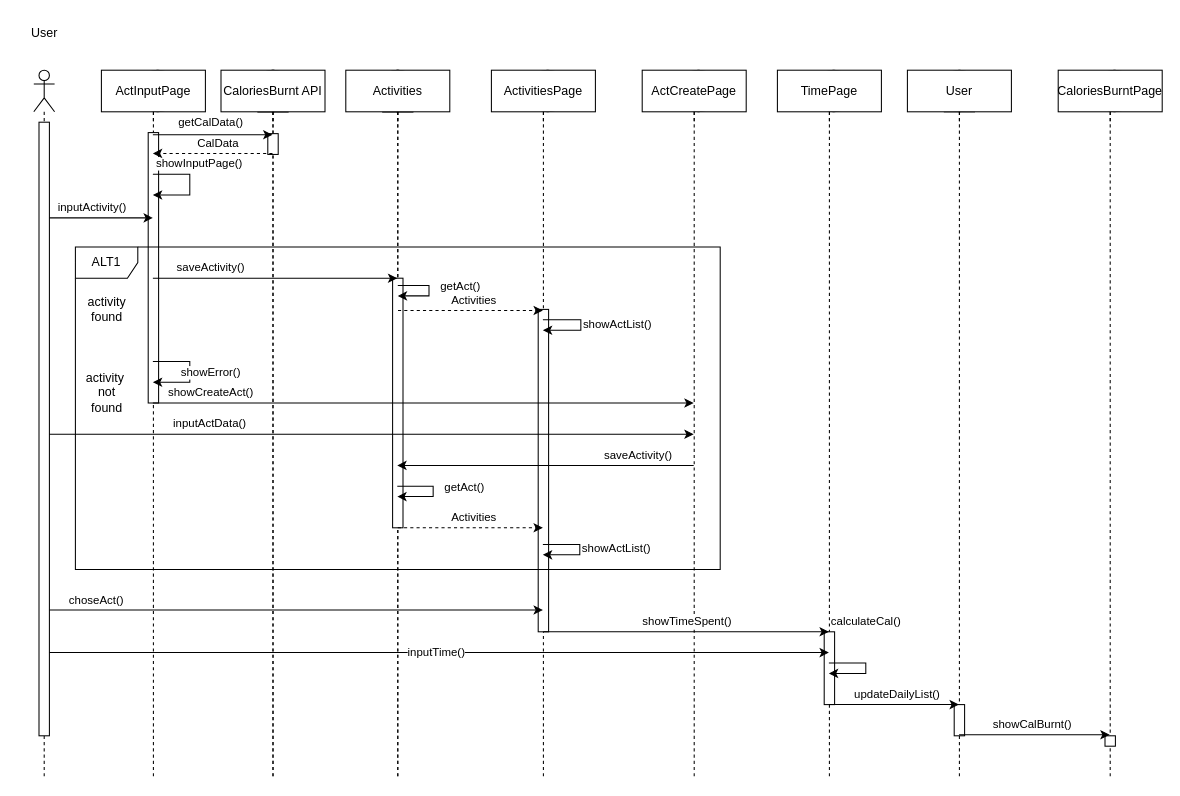
Dionkaps/Eu-Zin keeps this draw.io diagram as ΤΕΛΙΚΟ ΠΑΡΑΔΟΤΕΟ/Sequence-diagrams-v1.0/sd_άθληση_και_υπολογισμός_θερμίδων.drawio. Above is the earlier version. Source tidied: cells renumbered, new cells numbered last; positions are measured from the earlier drawing's top-left corner, leaving out a move shared by most shapes. Both pictures are drawn from the tidied source at 104%, with x=0, y=0 at pixel (18, 18).
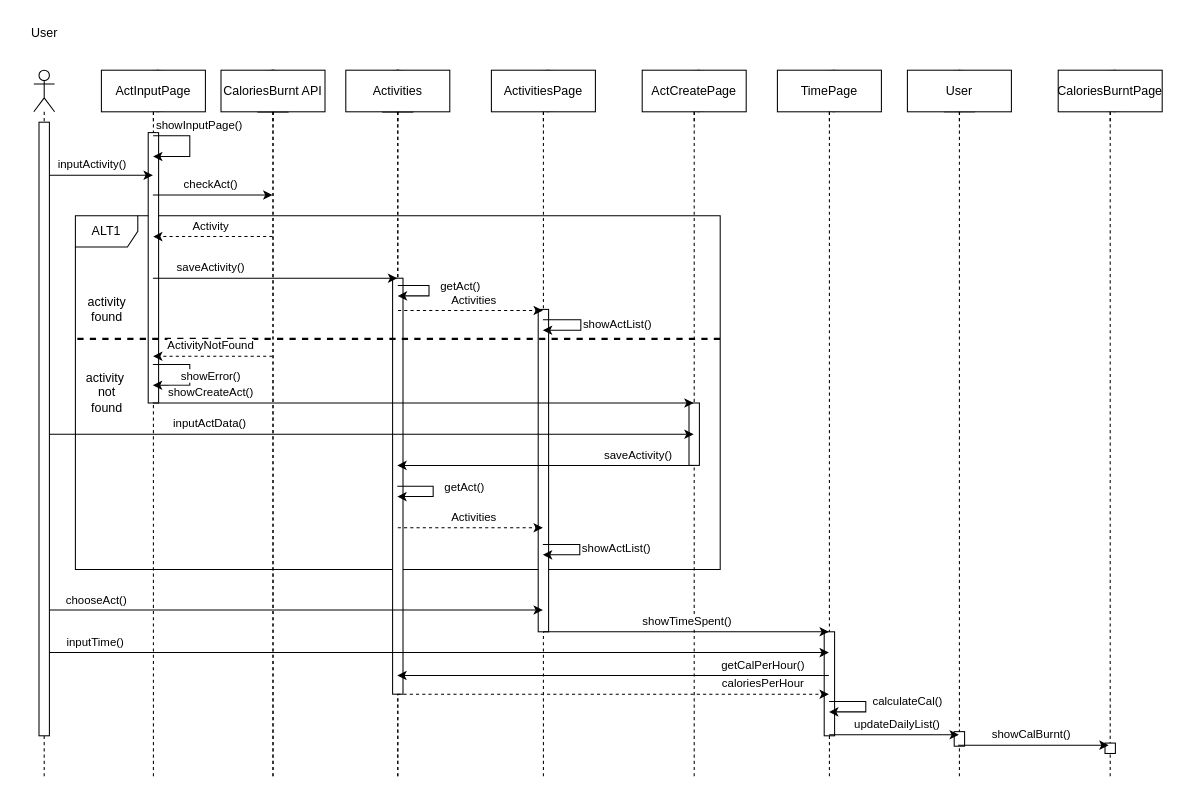
Above is the later version.

Commit message (it also covers changes not shown here):
Διόρθωση στα "sd_πληρωμή_παραγγελίας" και "sd_άθληση_και_υπολογισμός_θερμίδων"

The change refers to these unchanged cells:
```xml
<mxCell id="3" style="shape=umlLifeline;perimeter=lifelinePerimeter;whiteSpace=wrap;html=1;outlineConnect=0;portConstraint=eastwest;newEdgeStyle={&quot;edgeStyle&quot;:&quot;elbowEdgeStyle&quot;,&quot;elbow&quot;:&quot;vertical&quot;,&quot;curved&quot;:0,&quot;rounded&quot;:0};participant=umlEntity;" parent="1" vertex="1">
  <mxGeometry x="225" y="50" width="40" height="680" as="geometry" />
</mxCell>
<mxCell id="5" style="shape=umlLifeline;perimeter=lifelinePerimeter;whiteSpace=wrap;html=1;outlineConnect=0;portConstraint=eastwest;newEdgeStyle={&quot;edgeStyle&quot;:&quot;elbowEdgeStyle&quot;,&quot;elbow&quot;:&quot;vertical&quot;,&quot;curved&quot;:0,&quot;rounded&quot;:0};participant=umlBoundary;" parent="1" vertex="1">
  <mxGeometry x="105" y="50" width="50" height="680" as="geometry" />
</mxCell>
<mxCell id="7" style="shape=umlLifeline;perimeter=lifelinePerimeter;whiteSpace=wrap;html=1;outlineConnect=0;portConstraint=eastwest;newEdgeStyle={&quot;edgeStyle&quot;:&quot;elbowEdgeStyle&quot;,&quot;elbow&quot;:&quot;vertical&quot;,&quot;curved&quot;:0,&quot;rounded&quot;:0};participant=umlBoundary;" parent="1" vertex="1">
  <mxGeometry x="755" y="50" width="50" height="680" as="geometry" />
</mxCell>
<mxCell id="10" style="shape=umlLifeline;perimeter=lifelinePerimeter;whiteSpace=wrap;html=1;outlineConnect=0;portConstraint=eastwest;newEdgeStyle={&quot;edgeStyle&quot;:&quot;elbowEdgeStyle&quot;,&quot;elbow&quot;:&quot;vertical&quot;,&quot;curved&quot;:0,&quot;rounded&quot;:0};participant=umlEntity;" parent="1" vertex="1">
  <mxGeometry x="885" y="50" width="40" height="680" as="geometry" />
</mxCell>
<mxCell id="12" style="shape=umlLifeline;perimeter=lifelinePerimeter;whiteSpace=wrap;html=1;outlineConnect=0;portConstraint=eastwest;newEdgeStyle={&quot;edgeStyle&quot;:&quot;elbowEdgeStyle&quot;,&quot;elbow&quot;:&quot;vertical&quot;,&quot;curved&quot;:0,&quot;rounded&quot;:0};participant=umlEntity;" parent="1" vertex="1">
  <mxGeometry x="225" y="50" width="40" height="680" as="geometry" />
</mxCell>
```

The edit, as a diff of the source:
```diff
@@
+    <mxCell id="9" style="shape=umlLifeline;perimeter=lifelinePerimeter;whiteSpace=wrap;html=1;outlineConnect=0;portConstraint=eastwest;newEdgeStyle={&quot;edgeStyle&quot;:&quot;elbowEdgeStyle&quot;,&quot;elbow&quot;:&quot;vertical&quot;,&quot;curved&quot;:0,&quot;rounded&quot;:0};participant=umlBoundary;" parent="1" vertex="1">
+      <mxGeometry x="625" y="50" width="50" height="680" as="geometry" />
+    </mxCell>
+    <mxCell id="54" style="html=1;perimeter=orthogonalPerimeter;" parent="1" vertex="1">
+      <mxGeometry x="645" y="370" width="10" height="60" as="geometry" />
+    </mxCell>
+    <mxCell id="20" value="ALT1" style="shape=umlFrame;whiteSpace=wrap;html=1;" parent="1" vertex="1">
+      <mxGeometry x="55" y="190" width="620" height="340" as="geometry" />
+    </mxCell>
@@
-    <mxCell id="9" style="shape=umlLifeline;perimeter=lifelinePerimeter;whiteSpace=wrap;html=1;outlineConnect=0;portConstraint=eastwest;newEdgeStyle={&quot;edgeStyle&quot;:&quot;elbowEdgeStyle&quot;,&quot;elbow&quot;:&quot;vertical&quot;,&quot;curved&quot;:0,&quot;rounded&quot;:0};participant=umlBoundary;" parent="1" vertex="1">
-      <mxGeometry x="625" y="50" width="50" height="680" as="geometry" />
-    </mxCell>
@@
-    <mxCell id="14" style="html=1;perimeter=orthogonalPerimeter;" parent="1" vertex="1">
-      <mxGeometry x="240" y="111" width="10" height="20" as="geometry" />
-    </mxCell>
     <mxCell id="15" style="html=1;perimeter=orthogonalPerimeter;" parent="1" vertex="1">
-      <mxGeometry x="360" y="250" width="10" height="240" as="geometry" />
+      <mxGeometry x="360" y="250" width="10" height="400" as="geometry" />
     </mxCell>
@@
     <mxCell id="17" style="html=1;perimeter=orthogonalPerimeter;" parent="1" vertex="1">
-      <mxGeometry x="775" y="590" width="10" height="70" as="geometry" />
+      <mxGeometry x="775" y="590" width="10" height="100" as="geometry" />
     </mxCell>
     <mxCell id="18" style="html=1;perimeter=orthogonalPerimeter;" parent="1" vertex="1">
-      <mxGeometry x="900" y="660" width="10" height="30" as="geometry" />
+      <mxGeometry x="900" y="686" width="10" height="14" as="geometry" />
     </mxCell>
     <mxCell id="19" style="html=1;perimeter=orthogonalPerimeter;" parent="1" vertex="1">
-      <mxGeometry x="1045" y="690" width="10" height="10" as="geometry" />
+      <mxGeometry x="1045" y="697" width="10" height="10" as="geometry" />
     </mxCell>
-    <mxCell id="20" value="ALT1" style="shape=umlFrame;whiteSpace=wrap;html=1;" parent="1" vertex="1">
-      <mxGeometry x="55" y="220" width="620" height="310" as="geometry" />
-    </mxCell>
-    <mxCell id="21" value="showInputPage()" style="endArrow=classic;html=1;rounded=0;" parent="1" edge="1" source="5" target="5">
+    <mxCell id="21" value="showInputPage()" style="endArrow=classic;html=1;rounded=0;" parent="1" edge="1">
       <mxGeometry x="-0.28" y="14" relative="1" as="geometry">
+        <mxPoint x="129.7" y="113" as="sourcePoint" />
+        <mxPoint x="129.7" y="133" as="targetPoint" />
         <Array as="points">
-          <mxPoint x="165" y="150" />
-          <mxPoint x="165" y="170" />
+          <mxPoint x="165" y="113" />
+          <mxPoint x="165" y="133" />
         </Array>
         <mxPoint x="11" y="4" as="offset" />
       </mxGeometry>
     </mxCell>
-    <mxCell id="22" value="inputActivity()" style="endArrow=classic;html=1;rounded=0;" parent="1" edge="1" target="5">
+    <mxCell id="22" value="inputActivity()" style="endArrow=classic;html=1;rounded=0;" parent="1" edge="1">
       <mxGeometry x="-0.12" y="10" relative="1" as="geometry">
-        <mxPoint x="25.2" y="192" as="sourcePoint" />
+        <mxPoint x="25.2" y="151" as="sourcePoint" />
+        <mxPoint x="129.5" y="151" as="targetPoint" />
         <Array as="points">
-          <mxPoint x="105" y="192" />
+          <mxPoint x="105" y="151" />
         </Array>
       </mxGeometry>
     </mxCell>
-    <mxCell id="23" value="getCalData()" style="endArrow=classic;html=1;rounded=0;" parent="1" edge="1" source="5" target="3">
-      <mxGeometry x="-0.05" y="12" relative="1" as="geometry">
-        <Array as="points">
-          <mxPoint x="185" y="112" />
-        </Array>
-      </mxGeometry>
-    </mxCell>
-    <mxCell id="24" value="CalData" style="endArrow=classic;html=1;rounded=0;dashed=1;" parent="1" edge="1" source="3" target="5">
-      <mxGeometry x="-0.07" y="-10" relative="1" as="geometry">
-        <Array as="points">
-          <mxPoint x="195" y="130" />
-        </Array>
-      </mxGeometry>
-    </mxCell>
@@
-    <mxCell id="27" value="showError()" style="endArrow=classic;html=1;rounded=0;" parent="1" edge="1" source="5" target="5">
+    <mxCell id="27" value="showError()" style="endArrow=classic;html=1;rounded=0;" parent="1" edge="1">
       <mxGeometry y="20" relative="1" as="geometry">
+        <mxPoint x="129.5" y="333" as="sourcePoint" />
+        <mxPoint x="129.5" y="353" as="targetPoint" />
         <Array as="points">
-          <mxPoint x="165" y="330" />
-          <mxPoint x="165" y="350" />
+          <mxPoint x="165" y="333" />
+          <mxPoint x="165" y="353" />
         </Array>
       </mxGeometry>
     </mxCell>
@@
     <mxCell id="35" value="inputTime()" style="endArrow=classic;html=1;rounded=0;" parent="1" edge="1">
-      <mxGeometry relative="1" as="geometry">
+      <mxGeometry x="-0.87" y="10" relative="1" as="geometry">
         <mxPoint x="25" y="610" as="sourcePoint" />
         <mxPoint x="779.5" y="610" as="targetPoint" />
         <Array as="points">
           <mxPoint x="385" y="610" />
         </Array>
       </mxGeometry>
     </mxCell>
-    <mxCell id="36" value="calculateCal()" style="endArrow=classic;html=1;rounded=0;" parent="1" edge="1" source="7" target="7">
-      <mxGeometry x="-0.13" y="40" relative="1" as="geometry">
+    <mxCell id="36" value="calculateCal()" style="endArrow=classic;html=1;rounded=0;" parent="1" edge="1">
+      <mxGeometry x="-0.12" y="40" relative="1" as="geometry">
+        <mxPoint x="779.7" y="657" as="sourcePoint" />
+        <mxPoint x="779.7" y="667" as="targetPoint" />
         <Array as="points">
-          <mxPoint x="815" y="620" />
-          <mxPoint x="815" y="630" />
+          <mxPoint x="815" y="657" />
+          <mxPoint x="815" y="667" />
         </Array>
       </mxGeometry>
     </mxCell>
-    <mxCell id="37" value="updateDailyList()" style="endArrow=classic;html=1;rounded=0;" parent="1" edge="1" source="7" target="10">
+    <mxCell id="37" value="updateDailyList()" style="endArrow=classic;html=1;rounded=0;" parent="1" edge="1">
       <mxGeometry x="0.04" y="10" relative="1" as="geometry">
+        <mxPoint x="779.7" y="689" as="sourcePoint" />
+        <mxPoint x="904.5" y="689" as="targetPoint" />
         <Array as="points">
-          <mxPoint x="795" y="660" />
+          <mxPoint x="795" y="689" />
         </Array>
       </mxGeometry>
     </mxCell>
-    <mxCell id="38" value="choseAct()" style="endArrow=classic;html=1;rounded=0;" parent="1" edge="1">
+    <mxCell id="38" value="chooseAct()" style="endArrow=classic;html=1;rounded=0;" parent="1" edge="1">
       <mxGeometry x="-0.79" y="9" relative="1" as="geometry">
         <mxPoint x="25" y="569" as="sourcePoint" />
         <mxPoint x="504.5" y="569" as="targetPoint" />
         <Array as="points">
           <mxPoint x="245" y="569" />
         </Array>
       </mxGeometry>
     </mxCell>
@@
     <mxCell id="44" value="showCalBurnt()" style="endArrow=classic;html=1;rounded=0;" parent="1" edge="1">
       <mxGeometry x="-0.03" y="10" relative="1" as="geometry">
-        <mxPoint x="904.7" y="689" as="sourcePoint" />
-        <mxPoint x="1049.5" y="689" as="targetPoint" />
+        <mxPoint x="903.7" y="699" as="sourcePoint" />
+        <mxPoint x="1048.5" y="699" as="targetPoint" />
         <Array as="points">
-          <mxPoint x="995" y="689" />
+          <mxPoint x="994" y="699" />
         </Array>
       </mxGeometry>
     </mxCell>
@@
+    <mxCell id="55" style="endArrow=none;dashed=1;html=1;rounded=0;exitX=0.003;exitY=0.348;exitDx=0;exitDy=0;exitPerimeter=0;entryX=1.003;entryY=0.348;entryDx=0;entryDy=0;entryPerimeter=0;strokeWidth=2;" parent="1" edge="1" source="20" target="20">
+      <mxGeometry relative="1" as="geometry" />
+    </mxCell>
+    <mxCell id="56" value="checkAct()" style="endArrow=classic;html=1;rounded=0;" parent="1" edge="1" source="5" target="12">
+      <mxGeometry x="-0.04" y="10" relative="1" as="geometry">
+        <Array as="points">
+          <mxPoint x="195" y="170" />
+        </Array>
+      </mxGeometry>
+    </mxCell>
+    <mxCell id="57" value="Activity" style="endArrow=classic;html=1;rounded=0;dashed=1;" parent="1" edge="1">
+      <mxGeometry x="0.04" y="-10" relative="1" as="geometry">
+        <mxPoint x="244.5" y="210" as="sourcePoint" />
+        <mxPoint x="129.7" y="210" as="targetPoint" />
+        <Array as="points">
+          <mxPoint x="205" y="210" />
+        </Array>
+      </mxGeometry>
+    </mxCell>
+    <mxCell id="58" value="ActivityNotFound" style="endArrow=classic;html=1;rounded=0;dashed=1;" parent="1" edge="1">
+      <mxGeometry x="0.04" y="-10" relative="1" as="geometry">
+        <mxPoint x="244.5" y="325" as="sourcePoint" />
+        <mxPoint x="129.7" y="325" as="targetPoint" />
+        <Array as="points">
+          <mxPoint x="205" y="325" />
+        </Array>
+      </mxGeometry>
+    </mxCell>
+    <mxCell id="59" value="getCalPerHour()" style="endArrow=classic;html=1;rounded=0;" parent="1" edge="1">
+      <mxGeometry x="-0.69" y="-10" relative="1" as="geometry">
+        <mxPoint x="779.5" y="632" as="sourcePoint" />
+        <mxPoint x="364.5" y="632" as="targetPoint" />
+        <Array as="points">
+          <mxPoint x="585" y="632" />
+        </Array>
+      </mxGeometry>
+    </mxCell>
+    <mxCell id="60" value="caloriesPerHour" style="endArrow=classic;html=1;rounded=0;dashed=1;" parent="1" edge="1">
+      <mxGeometry x="0.69" y="10" relative="1" as="geometry">
+        <mxPoint x="364.5" y="650" as="sourcePoint" />
+        <mxPoint x="779.5" y="650" as="targetPoint" />
+        <Array as="points">
+          <mxPoint x="575" y="650" />
+        </Array>
+      </mxGeometry>
+    </mxCell>
```
